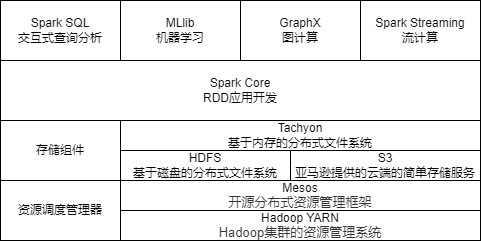
This is Untitled Diagram.drawio.png from Angle-or-Devil/project, a draw.io export, as it was before one commit. Source tidied: cells renumbered, new cells last; positions are measured from the earlier drawing's top-left corner, leaving out a move shared by most shapes. Its diagram source:
```xml
<mxGraphModel>
  <root>
    <mxCell id="0" />
    <mxCell id="1" parent="0" />
    <mxCell id="2" value="Spark Streaming&lt;br&gt;流计算" style="rounded=0;whiteSpace=wrap;html=1;" parent="1" vertex="1">
      <mxGeometry x="360" width="120" height="60" as="geometry" />
    </mxCell>
    <mxCell id="3" value="Spark SQL&lt;br&gt;交互式查询分析" style="rounded=0;whiteSpace=wrap;html=1;" parent="1" vertex="1">
      <mxGeometry width="120" height="60" as="geometry" />
    </mxCell>
    <mxCell id="4" value="MLlib&lt;br&gt;机器学习" style="rounded=0;whiteSpace=wrap;html=1;" parent="1" vertex="1">
      <mxGeometry x="120" width="120" height="60" as="geometry" />
    </mxCell>
    <mxCell id="5" value="GraphX&lt;br&gt;图计算" style="rounded=0;whiteSpace=wrap;html=1;" parent="1" vertex="1">
      <mxGeometry x="240" width="120" height="60" as="geometry" />
    </mxCell>
    <mxCell id="6" value="Spark Core&lt;br&gt;RDD应用开发" style="rounded=0;whiteSpace=wrap;html=1;" parent="1" vertex="1">
      <mxGeometry y="60" width="480" height="60" as="geometry" />
    </mxCell>
    <mxCell id="7" value="存储组件" style="rounded=0;whiteSpace=wrap;html=1;" parent="1" vertex="1">
      <mxGeometry y="120" width="120" height="60" as="geometry" />
    </mxCell>
    <mxCell id="8" value="Tachyon&lt;br&gt;基于内存的分布式文件系统" style="rounded=0;whiteSpace=wrap;html=1;" parent="1" vertex="1">
      <mxGeometry x="120" y="120" width="360" height="30" as="geometry" />
    </mxCell>
    <mxCell id="9" value="S3&lt;br&gt;亚马逊提供的云端的简单存储服务" style="rounded=0;whiteSpace=wrap;html=1;" parent="1" vertex="1">
      <mxGeometry x="290" y="150" width="190" height="30" as="geometry" />
    </mxCell>
    <mxCell id="10" value="HDFS&lt;br&gt;基于磁盘的分布式文件系统" style="rounded=0;whiteSpace=wrap;html=1;" parent="1" vertex="1">
      <mxGeometry x="120" y="150" width="170" height="30" as="geometry" />
    </mxCell>
    <mxCell id="11" value="Mesos&lt;br&gt;&lt;span style=&quot;color: rgb(51, 51, 51); font-family: Arial, sans-serif; font-size: 13px; text-align: start; background-color: rgb(255, 255, 255);&quot;&gt;开源分布式资源管理框架&lt;/span&gt;" style="rounded=0;whiteSpace=wrap;html=1;" parent="1" vertex="1">
      <mxGeometry x="120" y="180" width="360" height="30" as="geometry" />
    </mxCell>
    <mxCell id="12" value="Hadoop YARN&lt;br&gt;&lt;span style=&quot;color: rgb(51, 51, 51); font-family: Arial, sans-serif; font-size: 13px; text-align: start; background-color: rgb(255, 255, 255);&quot;&gt;Hadoop集群的资源管理系统&lt;/span&gt;" style="rounded=0;whiteSpace=wrap;html=1;" parent="1" vertex="1">
      <mxGeometry x="120" y="210" width="360" height="30" as="geometry" />
    </mxCell>
    <mxCell id="13" value="资源调度管理器" style="rounded=0;whiteSpace=wrap;html=1;" parent="1" vertex="1">
      <mxGeometry y="180" width="120" height="60" as="geometry" />
    </mxCell>
  </root>
</mxGraphModel>
```
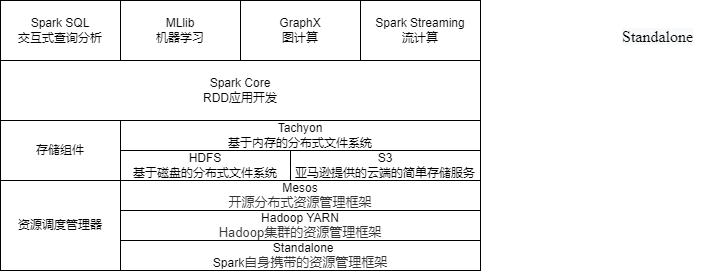
After the commit.

The edit, as a diff of the source:
```diff
@@ -32,11 +32,17 @@
     <mxCell id="11" value="Mesos&lt;br&gt;&lt;span style=&quot;color: rgb(51, 51, 51); font-family: Arial, sans-serif; font-size: 13px; text-align: start; background-color: rgb(255, 255, 255);&quot;&gt;开源分布式资源管理框架&lt;/span&gt;" style="rounded=0;whiteSpace=wrap;html=1;" parent="1" vertex="1">
       <mxGeometry x="120" y="180" width="360" height="30" as="geometry" />
     </mxCell>
-    <mxCell id="12" value="Hadoop YARN&lt;br&gt;&lt;span style=&quot;color: rgb(51, 51, 51); font-family: Arial, sans-serif; font-size: 13px; text-align: start; background-color: rgb(255, 255, 255);&quot;&gt;Hadoop集群的资源管理系统&lt;/span&gt;" style="rounded=0;whiteSpace=wrap;html=1;" parent="1" vertex="1">
+    <mxCell id="12" value="Hadoop YARN&lt;br&gt;&lt;span style=&quot;color: rgb(51, 51, 51); font-family: Arial, sans-serif; font-size: 13px; text-align: start; background-color: rgb(255, 255, 255);&quot;&gt;Hadoop集群的资源管理框架&lt;/span&gt;" style="rounded=0;whiteSpace=wrap;html=1;" parent="1" vertex="1">
       <mxGeometry x="120" y="210" width="360" height="30" as="geometry" />
     </mxCell>
     <mxCell id="13" value="资源调度管理器" style="rounded=0;whiteSpace=wrap;html=1;" parent="1" vertex="1">
-      <mxGeometry y="180" width="120" height="60" as="geometry" />
+      <mxGeometry y="180" width="120" height="90" as="geometry" />
     </mxCell>
+    <mxCell id="14" value="&lt;div style=&quot;text-align: start;&quot;&gt;&amp;nbsp; &amp;nbsp; &amp;nbsp; &amp;nbsp; &amp;nbsp; &amp;nbsp; &amp;nbsp; &amp;nbsp; &amp;nbsp; Standalone&lt;/div&gt;&lt;div style=&quot;text-align: start;&quot;&gt;Spark&lt;span style=&quot;background-color: rgb(255, 255, 255); color: rgb(51, 51, 51); font-family: Arial, sans-serif; font-size: 13px;&quot;&gt;自身携带的资源管理框架&lt;/span&gt;&lt;br&gt;&lt;/div&gt;" style="rounded=0;whiteSpace=wrap;html=1;" parent="1" vertex="1">
+      <mxGeometry x="120" y="240" width="360" height="30" as="geometry" />
+    </mxCell>
+    <mxCell id="15" value="&lt;span style=&quot;color: rgb(0, 0, 0); font-family: &amp;quot;Times New Roman&amp;quot;, serif; font-size: 16px; font-style: normal; font-variant-ligatures: normal; font-variant-caps: normal; font-weight: 400; letter-spacing: normal; orphans: 2; text-align: center; text-indent: 0px; text-transform: none; widows: 2; word-spacing: 0px; -webkit-text-stroke-width: 0px; background-color: rgb(248, 249, 250); text-decoration-thickness: initial; text-decoration-style: initial; text-decoration-color: initial; float: none; display: inline !important;&quot;&gt;Standalone&lt;/span&gt;" style="text;whiteSpace=wrap;html=1;" parent="1" vertex="1">
+      <mxGeometry x="620" y="20" width="100" height="30" as="geometry" />
+    </mxCell>
   </root>
 </mxGraphModel>
```
